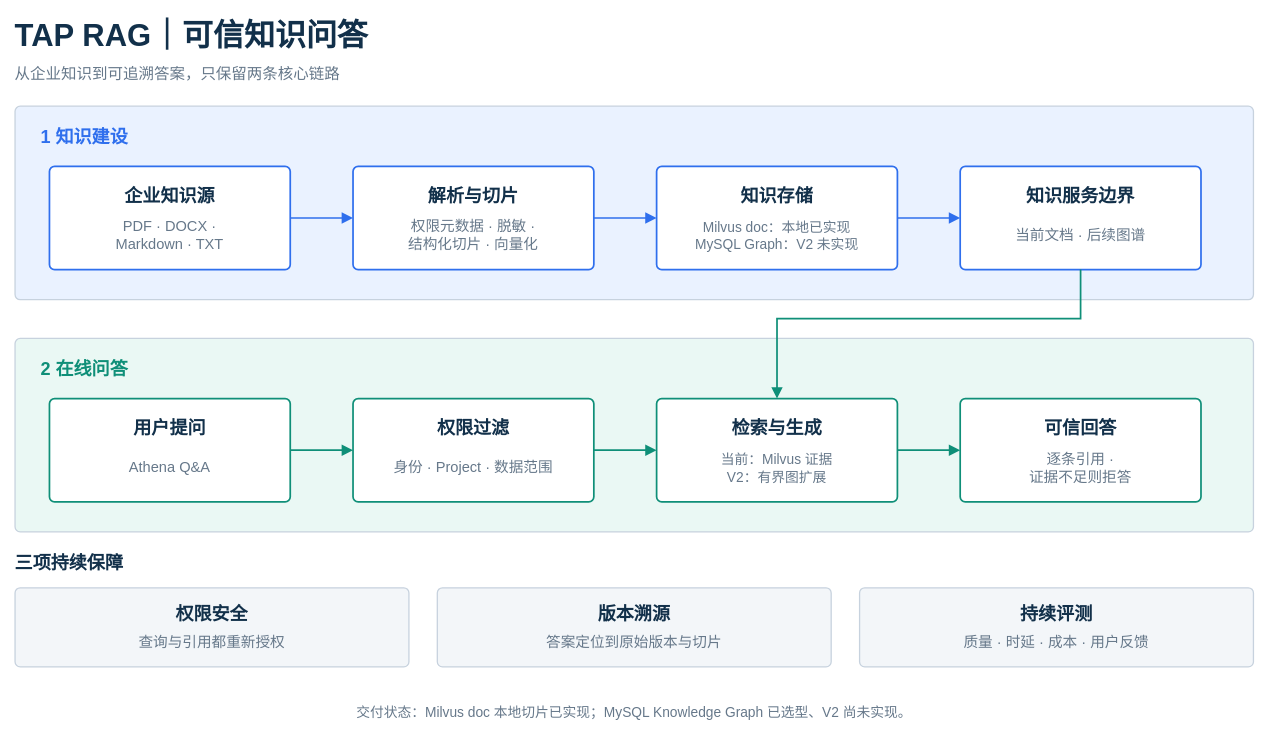
This is docs/architecture/rag/2026-08-27-rag-knowledge-business-flow.drawio from patrickstarpty/tap, a draw.io file, before an edit. Source tidied: cells renumbered, new cells numbered last; positions are measured from the earlier drawing's top-left corner, leaving out a move shared by most shapes. Both pictures are drawn from the tidied source at 86%, with x=0, y=0 at pixel (15, 15).
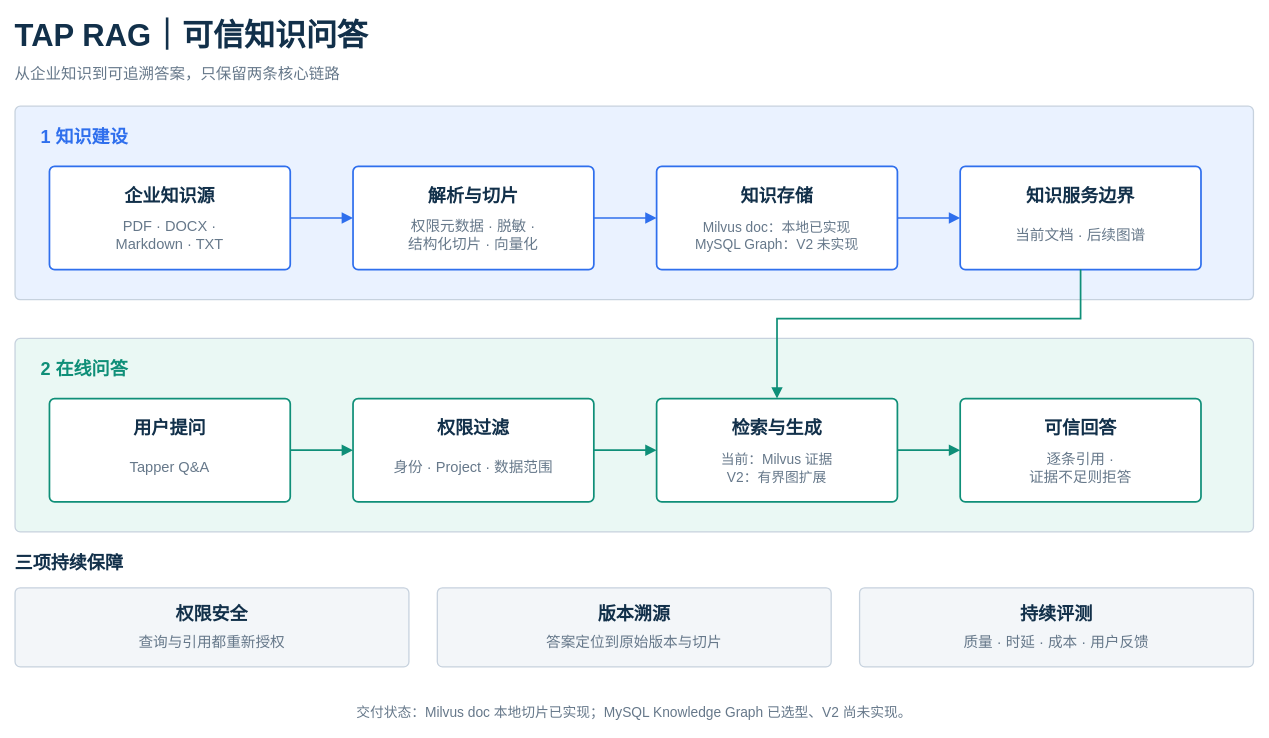
Above is the later version.

What changed in the source:
```diff
@@
-    <mxCell id="25" value="Athena Q&amp;A" style="text;html=0;strokeColor=none;fillColor=none;align=center;verticalAlign=middle;whiteSpace=wrap;fontColor=#66788A;fontSize=17;fontFamily=Arial;spacing=0;" parent="1" vertex="1">
+    <mxCell id="25" value="Tapper Q&amp;A" style="text;html=0;strokeColor=none;fillColor=none;align=center;verticalAlign=middle;whiteSpace=wrap;fontColor=#66788A;fontSize=17;fontFamily=Arial;spacing=0;" parent="1" vertex="1">
       <mxGeometry x="62" y="510" width="236" height="34" as="geometry" />
     </mxCell>
```
